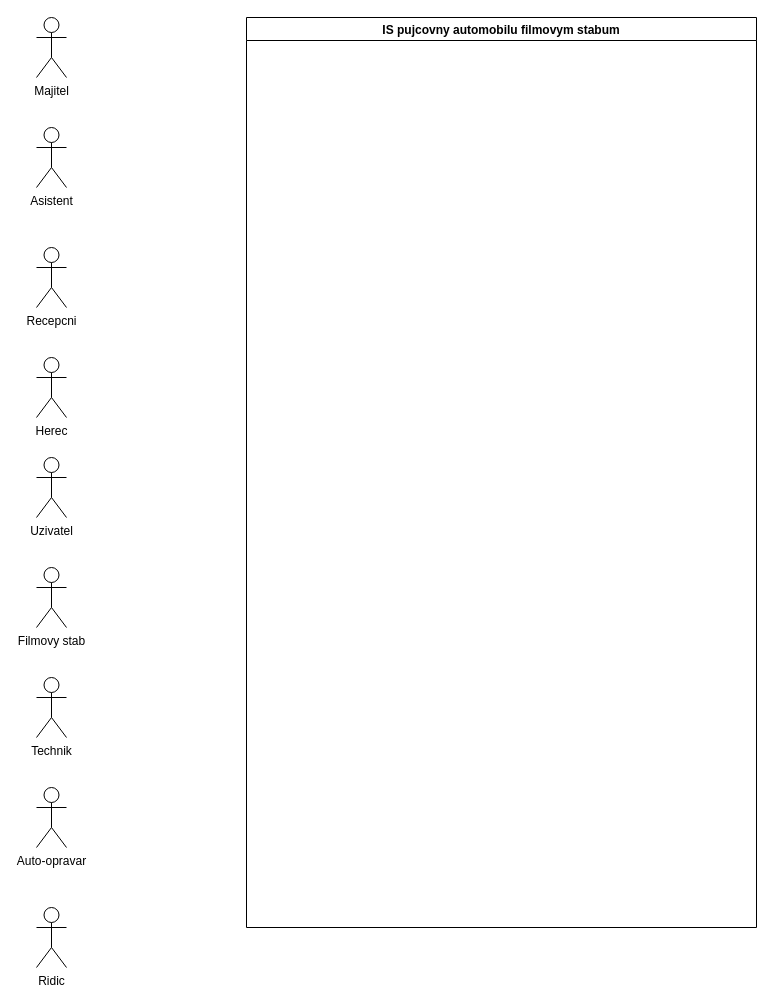
Earlier version of the draw.io diagram Untitled Diagram.drawio (byte98/upce-bswin). Source tidied: cells renumbered, new cells numbered last; positions are measured from the earlier drawing's top-left corner, leaving out a move shared by most shapes. Both pictures are drawn from the tidied source at 100%, with x=0, y=0 at pixel (36, 17).
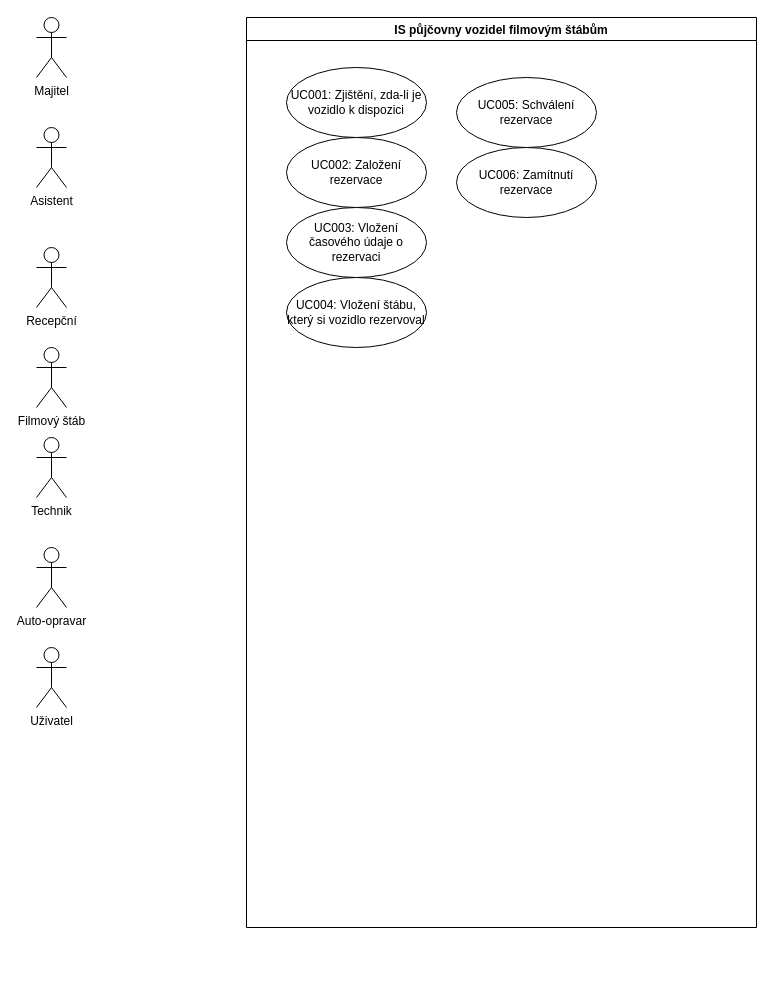
The same diagram, later.

Change to the diagram source:
```diff
@@
 <mxGraphModel>
   <root>
     <mxCell id="0" />
     <mxCell id="1" parent="0" />
     <mxCell id="2" value="&lt;div&gt;Majitel&lt;/div&gt;" style="shape=umlActor;verticalLabelPosition=bottom;verticalAlign=top;html=1;" parent="1" vertex="1">
       <mxGeometry width="30" height="60" as="geometry" />
     </mxCell>
     <mxCell id="3" value="&lt;div&gt;Asistent&lt;/div&gt;&lt;div&gt;&lt;br&gt;&lt;/div&gt;" style="shape=umlActor;verticalLabelPosition=bottom;verticalAlign=top;html=1;" parent="1" vertex="1">
       <mxGeometry y="110" width="30" height="60" as="geometry" />
     </mxCell>
-    <mxCell id="4" value="Recepcni" style="shape=umlActor;verticalLabelPosition=bottom;verticalAlign=top;html=1;" parent="1" vertex="1">
+    <mxCell id="4" value="Recepční" style="shape=umlActor;verticalLabelPosition=bottom;verticalAlign=top;html=1;" parent="1" vertex="1">
       <mxGeometry y="230" width="30" height="60" as="geometry" />
     </mxCell>
-    <mxCell id="5" value="Herec" style="shape=umlActor;verticalLabelPosition=bottom;verticalAlign=top;html=1;" parent="1" vertex="1">
-      <mxGeometry y="340" width="30" height="60" as="geometry" />
-    </mxCell>
-    <mxCell id="6" value="Uzivatel" style="shape=umlActor;verticalLabelPosition=bottom;verticalAlign=top;html=1;" parent="1" vertex="1">
-      <mxGeometry y="440" width="30" height="60" as="geometry" />
-    </mxCell>
-    <mxCell id="7" value="Filmovy stab" style="shape=umlActor;verticalLabelPosition=bottom;verticalAlign=top;html=1;" parent="1" vertex="1">
-      <mxGeometry y="550" width="30" height="60" as="geometry" />
+    <mxCell id="7" value="Filmový štáb" style="shape=umlActor;verticalLabelPosition=bottom;verticalAlign=top;html=1;" parent="1" vertex="1">
+      <mxGeometry y="330" width="30" height="60" as="geometry" />
     </mxCell>
     <mxCell id="8" value="Technik" style="shape=umlActor;verticalLabelPosition=bottom;verticalAlign=top;html=1;" parent="1" vertex="1">
-      <mxGeometry y="660" width="30" height="60" as="geometry" />
+      <mxGeometry y="420" width="30" height="60" as="geometry" />
     </mxCell>
     <mxCell id="9" value="Auto-opravar" style="shape=umlActor;verticalLabelPosition=bottom;verticalAlign=top;html=1;" parent="1" vertex="1">
-      <mxGeometry y="770" width="30" height="60" as="geometry" />
+      <mxGeometry y="530" width="30" height="60" as="geometry" />
     </mxCell>
-    <mxCell id="10" value="Ridic" style="shape=umlActor;verticalLabelPosition=bottom;verticalAlign=top;html=1;" parent="1" vertex="1">
-      <mxGeometry y="890" width="30" height="60" as="geometry" />
-    </mxCell>
-    <mxCell id="11" value="IS pujcovny automobilu filmovym stabum" style="swimlane;" parent="1" vertex="1">
+    <mxCell id="11" value="IS půjčovny vozidel filmovým štábům" style="swimlane;" parent="1" vertex="1">
       <mxGeometry x="210" width="510" height="910" as="geometry" />
     </mxCell>
+    <mxCell id="12" value="UC001: Zjištění, zda-li je vozidlo k dispozici" style="ellipse;whiteSpace=wrap;html=1;" parent="11" vertex="1">
+      <mxGeometry x="40" y="50" width="140" height="70" as="geometry" />
+    </mxCell>
+    <mxCell id="13" value="UC002: Založení rezervace" style="ellipse;whiteSpace=wrap;html=1;" parent="11" vertex="1">
+      <mxGeometry x="40" y="120" width="140" height="70" as="geometry" />
+    </mxCell>
+    <mxCell id="14" value="UC003: Vložení časového údaje o rezervaci" style="ellipse;whiteSpace=wrap;html=1;" parent="11" vertex="1">
+      <mxGeometry x="40" y="190" width="140" height="70" as="geometry" />
+    </mxCell>
+    <mxCell id="15" value="UC004: Vložení štábu, který si vozidlo rezervoval" style="ellipse;whiteSpace=wrap;html=1;" parent="11" vertex="1">
+      <mxGeometry x="40" y="260" width="140" height="70" as="geometry" />
+    </mxCell>
+    <mxCell id="16" value="UC005: Schválení rezervace" style="ellipse;whiteSpace=wrap;html=1;" parent="11" vertex="1">
+      <mxGeometry x="210" y="60" width="140" height="70" as="geometry" />
+    </mxCell>
+    <mxCell id="17" value="UC006: Zamítnutí rezervace" style="ellipse;whiteSpace=wrap;html=1;" parent="11" vertex="1">
+      <mxGeometry x="210" y="130" width="140" height="70" as="geometry" />
+    </mxCell>
+    <mxCell id="18" value="&lt;div&gt;Uživatel&lt;/div&gt;&lt;div&gt;&lt;br&gt;&lt;/div&gt;" style="shape=umlActor;verticalLabelPosition=bottom;verticalAlign=top;html=1;" parent="1" vertex="1">
+      <mxGeometry y="630" width="30" height="60" as="geometry" />
+    </mxCell>
   </root>
 </mxGraphModel>
```
